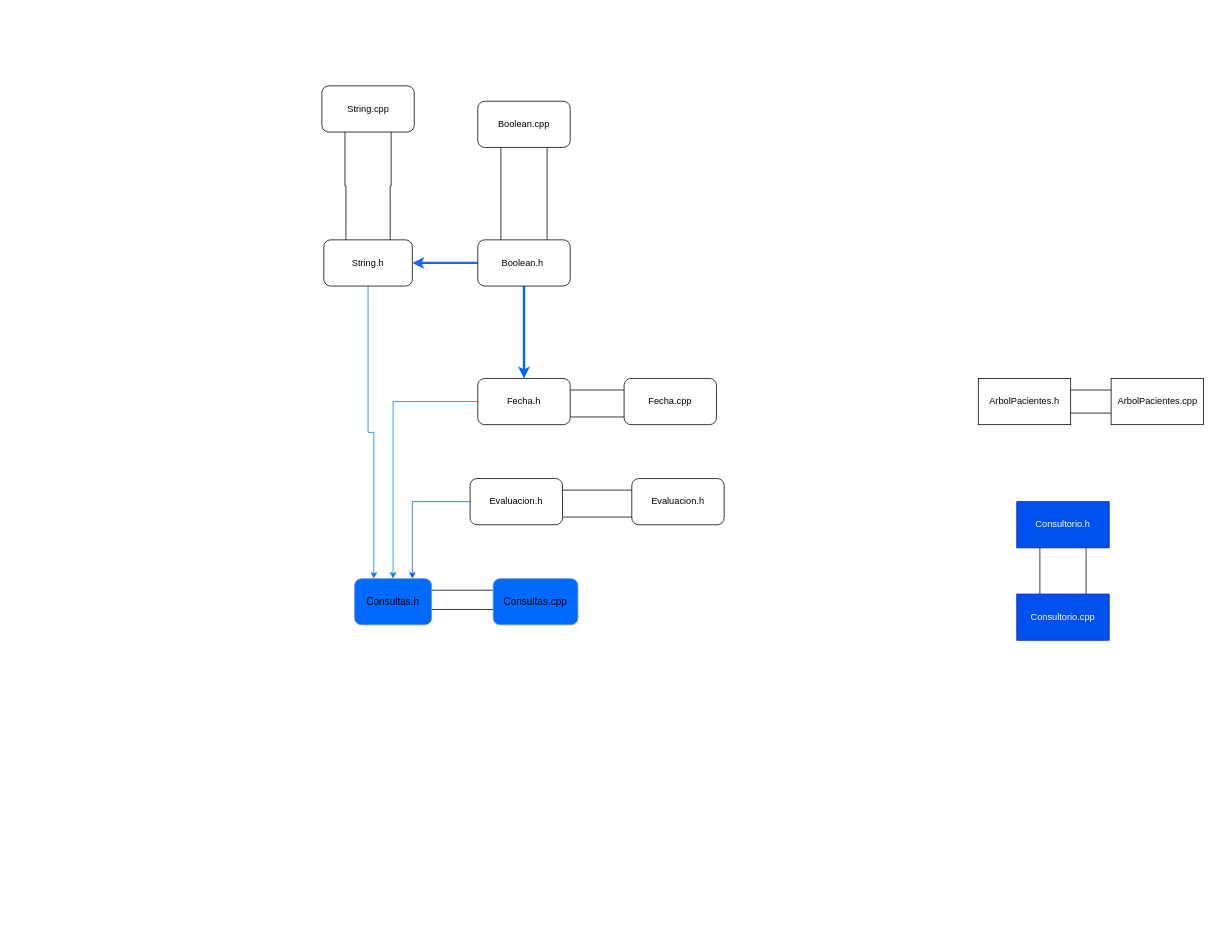
Earlier version of the draw.io diagram DiagramaObligatorio.drawio (GonzaloFleitass/obligatorio-2). Source tidied: cells renumbered, new cells numbered last; positions are measured from the earlier drawing's top-left corner, leaving out a move shared by most shapes. Both pictures are drawn from the tidied source at 77%, with x=0, y=0 at pixel (322, 85).
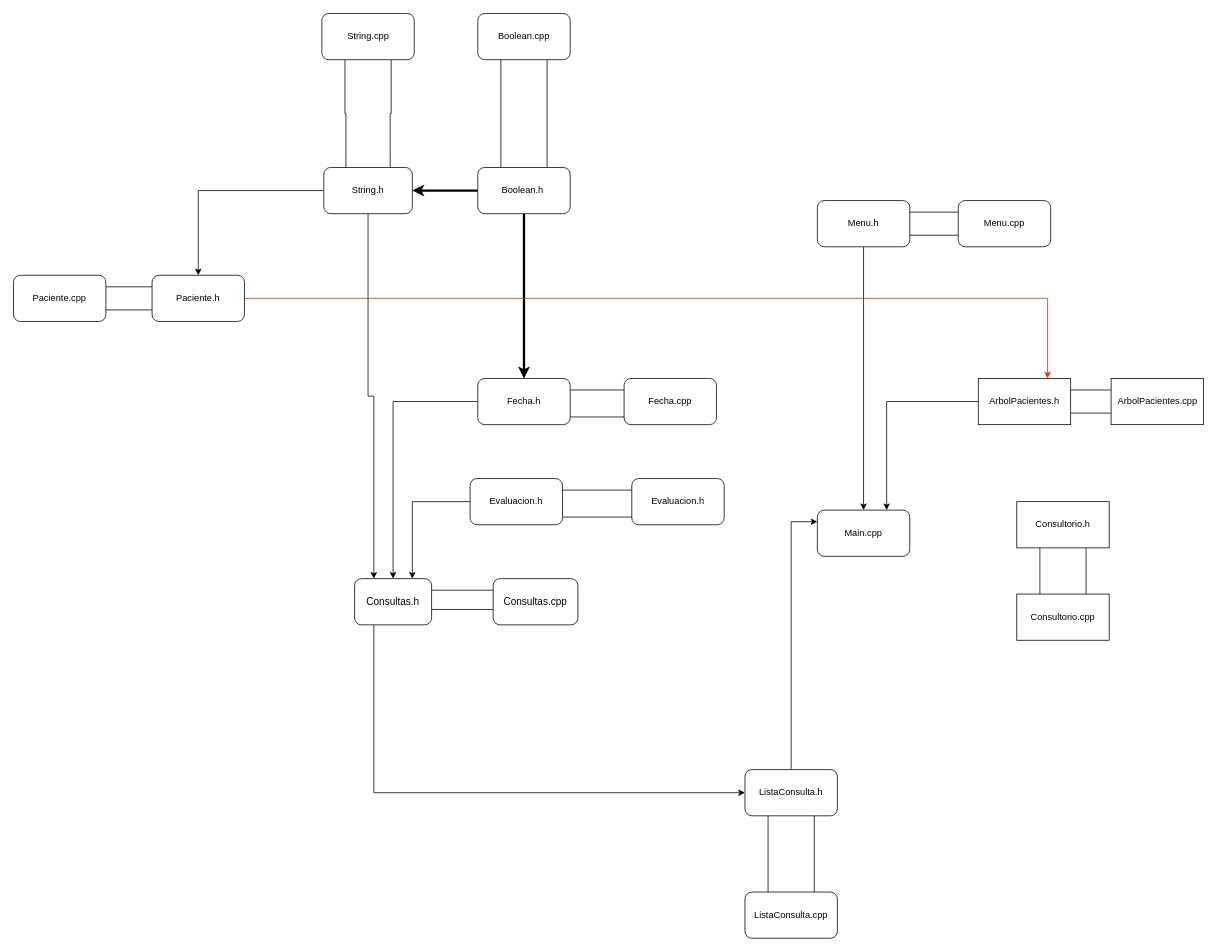
After the change.

Unchanged cells that the change refers to:
```xml
<mxCell id="8" value="Fecha.h" style="rounded=1;whiteSpace=wrap;html=1;" parent="1" vertex="1">
  <mxGeometry x="202" y="380" width="120" height="60" as="geometry" />
</mxCell>
<mxCell id="24" value="ArbolPacientes.h" style="rounded=0;whiteSpace=wrap;html=1;" parent="1" vertex="1">
  <mxGeometry x="852" y="380" width="120" height="60" as="geometry" />
</mxCell>
<mxCell id="34" value="Evaluacion.h" style="rounded=1;whiteSpace=wrap;html=1;" parent="1" vertex="1">
  <mxGeometry x="192" y="510" width="120" height="60" as="geometry" />
</mxCell>
```

What changed in the source:
```diff
@@
-    <mxCell id="2" style="edgeStyle=orthogonalEdgeStyle;rounded=0;jettySize=auto;html=1;entryX=1;entryY=0.5;entryDx=0;entryDy=0;strokeColor=#1964FA;strokeWidth=3;" parent="1" edge="1" source="4" target="10">
+    <mxCell id="2" style="edgeStyle=orthogonalEdgeStyle;rounded=0;jettySize=auto;html=1;entryX=1;entryY=0.5;entryDx=0;entryDy=0;strokeWidth=3;" parent="1" edge="1" source="4" target="10">
       <mxGeometry relative="1" as="geometry" />
     </mxCell>
-    <mxCell id="3" style="edgeStyle=orthogonalEdgeStyle;rounded=0;jettySize=auto;html=1;entryX=0.5;entryY=0;entryDx=0;entryDy=0;strokeColor=#0066ff;strokeWidth=3;" parent="1" edge="1" source="4" target="8">
+    <mxCell id="3" style="edgeStyle=orthogonalEdgeStyle;rounded=0;jettySize=auto;html=1;entryX=0.5;entryY=0;entryDx=0;entryDy=0;strokeWidth=3;" parent="1" edge="1" source="4" target="8">
       <mxGeometry relative="1" as="geometry" />
     </mxCell>
     <mxCell id="4" value="Boolean.h&amp;nbsp;" style="rounded=1;whiteSpace=wrap;html=1;" parent="1" vertex="1">
-      <mxGeometry x="202" y="200" width="120" height="60" as="geometry" />
+      <mxGeometry x="202" y="106" width="120" height="60" as="geometry" />
     </mxCell>
@@
-    <mxCell id="7" style="edgeStyle=orthogonalEdgeStyle;rounded=0;jettySize=auto;html=1;endArrow=classic;endFill=1;entryX=0.5;entryY=0;entryDx=0;entryDy=0;strokeColor=#0080FF;" parent="1" edge="1" source="8" target="13">
+    <mxCell id="7" style="edgeStyle=orthogonalEdgeStyle;rounded=0;jettySize=auto;html=1;endArrow=classic;endFill=1;entryX=0.5;entryY=0;entryDx=0;entryDy=0;" parent="1" edge="1" source="8" target="13">
       <mxGeometry relative="1" as="geometry" />
     </mxCell>
@@
-    <mxCell id="9" style="edgeStyle=orthogonalEdgeStyle;rounded=0;jettySize=auto;html=1;entryX=0.25;entryY=0;entryDx=0;entryDy=0;strokeColor=#057AFF;" parent="1" edge="1" source="10" target="13">
+    <mxCell id="9" style="edgeStyle=orthogonalEdgeStyle;rounded=0;jettySize=auto;html=1;entryX=0.25;entryY=0;entryDx=0;entryDy=0;" parent="1" edge="1" source="10" target="13">
       <mxGeometry relative="1" as="geometry" />
     </mxCell>
+    <mxCell id="35" style="edgeStyle=orthogonalEdgeStyle;rounded=0;jettySize=auto;html=1;entryX=0.5;entryY=0;entryDx=0;entryDy=0;" parent="1" edge="1" source="10" target="50">
+      <mxGeometry relative="1" as="geometry" />
+    </mxCell>
     <mxCell id="10" value="String.h" style="rounded=1;whiteSpace=wrap;html=1;" parent="1" vertex="1">
-      <mxGeometry x="2" y="200" width="115" height="60" as="geometry" />
+      <mxGeometry x="2" y="106" width="115" height="60" as="geometry" />
     </mxCell>
@@
+    <mxCell id="36" style="edgeStyle=orthogonalEdgeStyle;rounded=0;jettySize=auto;html=1;entryX=0;entryY=0.5;entryDx=0;entryDy=0;exitX=0.25;exitY=1;exitDx=0;exitDy=0;" parent="1" edge="1" source="13" target="45">
+      <mxGeometry relative="1" as="geometry" />
+    </mxCell>
-    <mxCell id="13" value="&lt;font style=&quot;font-size: 13px;&quot;&gt;Consultas.h&lt;/font&gt;" style="rounded=1;whiteSpace=wrap;html=1;fillColor=#006aff;strokeColor=#6c8ebf;" parent="1" vertex="1">
+    <mxCell id="13" value="&lt;font style=&quot;font-size: 13px;&quot;&gt;Consultas.h&lt;/font&gt;" style="rounded=1;whiteSpace=wrap;html=1;" parent="1" vertex="1">
       <mxGeometry x="42" y="640" width="100" height="60" as="geometry" />
     </mxCell>
@@
-    <mxCell id="15" style="edgeStyle=orthogonalEdgeStyle;rounded=0;jettySize=auto;html=1;exitX=0.25;exitY=1;exitDx=0;exitDy=0;entryX=0.25;entryY=0;entryDx=0;entryDy=0;endArrow=none;endFill=0;" parent="1" edge="1" source="16" target="10">
+    <mxCell id="15" style="edgeStyle=orthogonalEdgeStyle;rounded=0;jettySize=auto;html=1;exitX=0.25;exitY=1;exitDx=0;exitDy=0;endArrow=none;endFill=0;entryX=0.25;entryY=0;entryDx=0;entryDy=0;" parent="1" edge="1" source="16" target="10">
       <mxGeometry relative="1" as="geometry" />
     </mxCell>
     <mxCell id="16" value="String.cpp" style="rounded=1;whiteSpace=wrap;html=1;" parent="1" vertex="1">
-      <mxGeometry x="-0.5" width="120" height="60" as="geometry" />
+      <mxGeometry x="-0.5" y="-94" width="120" height="60" as="geometry" />
     </mxCell>
-    <mxCell id="17" value="&lt;font style=&quot;font-size: 13px;&quot;&gt;Consultas.cpp&lt;/font&gt;" style="rounded=1;whiteSpace=wrap;html=1;fillColor=#006aff;strokeColor=#6c8ebf;" parent="1" vertex="1">
+    <mxCell id="17" value="&lt;font style=&quot;font-size: 13px;&quot;&gt;Consultas.cpp&lt;/font&gt;" style="rounded=1;whiteSpace=wrap;html=1;" parent="1" vertex="1">
       <mxGeometry x="222" y="640" width="110" height="60" as="geometry" />
     </mxCell>
-    <mxCell id="18" style="edgeStyle=orthogonalEdgeStyle;rounded=0;orthogonalLoop=1;jettySize=auto;html=1;entryX=0.5;entryY=0;entryDx=0;entryDy=0;endArrow=none;endFill=0;" parent="1" edge="1">
+    <mxCell id="18" style="edgeStyle=orthogonalEdgeStyle;rounded=0;jettySize=auto;html=1;entryX=0.5;entryY=0;entryDx=0;entryDy=0;endArrow=none;endFill=0;exitX=0.25;exitY=1;exitDx=0;exitDy=0;" parent="1" edge="1" source="20">
       <mxGeometry relative="1" as="geometry">
-        <mxPoint x="232" y="80" as="sourcePoint" />
-        <mxPoint x="232" y="200" as="targetPoint" />
+        <mxPoint x="232" y="106" as="targetPoint" />
       </mxGeometry>
     </mxCell>
@@
     <mxCell id="20" value="Boolean.cpp" style="rounded=1;whiteSpace=wrap;html=1;" parent="1" vertex="1">
-      <mxGeometry x="202" y="20" width="120" height="60" as="geometry" />
+      <mxGeometry x="202" y="-94" width="120" height="60" as="geometry" />
     </mxCell>
@@
+    <mxCell id="37" style="edgeStyle=orthogonalEdgeStyle;rounded=0;jettySize=auto;html=1;entryX=0.75;entryY=0;entryDx=0;entryDy=0;" parent="1" edge="1" source="24" target="43">
+      <mxGeometry relative="1" as="geometry" />
+    </mxCell>
@@
-    <mxCell id="28" value="Consultorio.h" style="rounded=0;whiteSpace=wrap;html=1;fillColor=#0050ef;strokeColor=#001DBC;fontColor=#ffffff;" parent="1" vertex="1">
+    <mxCell id="28" value="Consultorio.h" style="rounded=0;whiteSpace=wrap;html=1;" parent="1" vertex="1">
       <mxGeometry x="902" y="540" width="120" height="60" as="geometry" />
     </mxCell>
-    <mxCell id="29" value="Consultorio.cpp" style="rounded=0;whiteSpace=wrap;html=1;fillColor=#0050ef;fontColor=#ffffff;strokeColor=#001DBC;" parent="1" vertex="1">
+    <mxCell id="29" value="Consultorio.cpp" style="rounded=0;whiteSpace=wrap;html=1;" parent="1" vertex="1">
       <mxGeometry x="902" y="660" width="120" height="60" as="geometry" />
     </mxCell>
@@
-    <mxCell id="33" style="edgeStyle=orthogonalEdgeStyle;rounded=0;jettySize=auto;html=1;entryX=0.75;entryY=0;entryDx=0;entryDy=0;strokeColor=#005DFC;" parent="1" edge="1" source="34" target="13">
+    <mxCell id="33" style="edgeStyle=orthogonalEdgeStyle;rounded=0;jettySize=auto;html=1;entryX=0.75;entryY=0;entryDx=0;entryDy=0;" parent="1" edge="1" source="34" target="13">
       <mxGeometry relative="1" as="geometry" />
     </mxCell>
@@
+    <mxCell id="38" style="edgeStyle=orthogonalEdgeStyle;rounded=0;jettySize=auto;html=1;entryX=0.5;entryY=0;entryDx=0;entryDy=0;" parent="1" edge="1" source="39" target="43">
+      <mxGeometry relative="1" as="geometry" />
+    </mxCell>
+    <mxCell id="39" value="Menu.h" style="rounded=1;whiteSpace=wrap;html=1;" parent="1" vertex="1">
+      <mxGeometry x="643" y="149" width="120" height="60" as="geometry" />
+    </mxCell>
+    <mxCell id="40" style="edgeStyle=orthogonalEdgeStyle;rounded=0;jettySize=auto;html=1;exitX=0;exitY=0.25;exitDx=0;exitDy=0;entryX=1;entryY=0.25;entryDx=0;entryDy=0;endArrow=none;endFill=0;" parent="1" edge="1" source="42" target="39">
+      <mxGeometry relative="1" as="geometry" />
+    </mxCell>
+    <mxCell id="41" style="edgeStyle=orthogonalEdgeStyle;rounded=0;jettySize=auto;html=1;exitX=0;exitY=0.75;exitDx=0;exitDy=0;entryX=1;entryY=0.75;entryDx=0;entryDy=0;endArrow=none;endFill=0;" parent="1" edge="1" source="42" target="39">
+      <mxGeometry relative="1" as="geometry" />
+    </mxCell>
+    <mxCell id="42" value="Menu.cpp" style="rounded=1;whiteSpace=wrap;html=1;" parent="1" vertex="1">
+      <mxGeometry x="826" y="149" width="120" height="60" as="geometry" />
+    </mxCell>
+    <mxCell id="43" value="Main.cpp" style="rounded=1;whiteSpace=wrap;html=1;" parent="1" vertex="1">
+      <mxGeometry x="643" y="551" width="120" height="60" as="geometry" />
+    </mxCell>
+    <mxCell id="44" style="edgeStyle=orthogonalEdgeStyle;rounded=0;jettySize=auto;html=1;exitX=0.5;exitY=0;exitDx=0;exitDy=0;entryX=0;entryY=0.25;entryDx=0;entryDy=0;" parent="1" edge="1" source="45" target="43">
+      <mxGeometry relative="1" as="geometry" />
+    </mxCell>
+    <mxCell id="45" value="ListaConsulta.h" style="rounded=1;whiteSpace=wrap;html=1;" parent="1" vertex="1">
+      <mxGeometry x="549" y="888" width="120" height="60" as="geometry" />
+    </mxCell>
+    <mxCell id="46" style="edgeStyle=orthogonalEdgeStyle;rounded=0;jettySize=auto;html=1;exitX=0.25;exitY=0;exitDx=0;exitDy=0;entryX=0.25;entryY=1;entryDx=0;entryDy=0;endArrow=none;endFill=0;" parent="1" edge="1" source="48" target="45">
+      <mxGeometry relative="1" as="geometry" />
+    </mxCell>
+    <mxCell id="47" style="edgeStyle=orthogonalEdgeStyle;rounded=0;jettySize=auto;html=1;exitX=0.75;exitY=0;exitDx=0;exitDy=0;entryX=0.75;entryY=1;entryDx=0;entryDy=0;endArrow=none;endFill=0;" parent="1" edge="1" source="48" target="45">
+      <mxGeometry relative="1" as="geometry" />
+    </mxCell>
+    <mxCell id="48" value="ListaConsulta.cpp" style="rounded=1;whiteSpace=wrap;html=1;" parent="1" vertex="1">
+      <mxGeometry x="549" y="1047" width="120" height="60" as="geometry" />
+    </mxCell>
+    <mxCell id="49" style="edgeStyle=orthogonalEdgeStyle;rounded=0;jettySize=auto;html=1;exitX=1;exitY=0.5;exitDx=0;exitDy=0;entryX=0.75;entryY=0;entryDx=0;entryDy=0;fillColor=#fa6800;strokeColor=#C73500;" parent="1" edge="1" source="50" target="24">
+      <mxGeometry relative="1" as="geometry" />
+    </mxCell>
+    <mxCell id="50" value="Paciente.h" style="rounded=1;whiteSpace=wrap;html=1;" parent="1" vertex="1">
+      <mxGeometry x="-221" y="246" width="120" height="60" as="geometry" />
+    </mxCell>
+    <mxCell id="51" style="edgeStyle=orthogonalEdgeStyle;rounded=0;jettySize=auto;html=1;exitX=1;exitY=0.25;exitDx=0;exitDy=0;entryX=0;entryY=0.25;entryDx=0;entryDy=0;endArrow=none;endFill=0;" parent="1" edge="1" source="53" target="50">
+      <mxGeometry relative="1" as="geometry" />
+    </mxCell>
+    <mxCell id="52" style="edgeStyle=orthogonalEdgeStyle;rounded=0;jettySize=auto;html=1;exitX=1;exitY=0.75;exitDx=0;exitDy=0;entryX=0;entryY=0.75;entryDx=0;entryDy=0;endArrow=none;endFill=0;" parent="1" edge="1" source="53" target="50">
+      <mxGeometry relative="1" as="geometry" />
+    </mxCell>
+    <mxCell id="53" value="Paciente.cpp" style="rounded=1;whiteSpace=wrap;html=1;" parent="1" vertex="1">
+      <mxGeometry x="-401" y="246" width="120" height="60" as="geometry" />
+    </mxCell>
```
